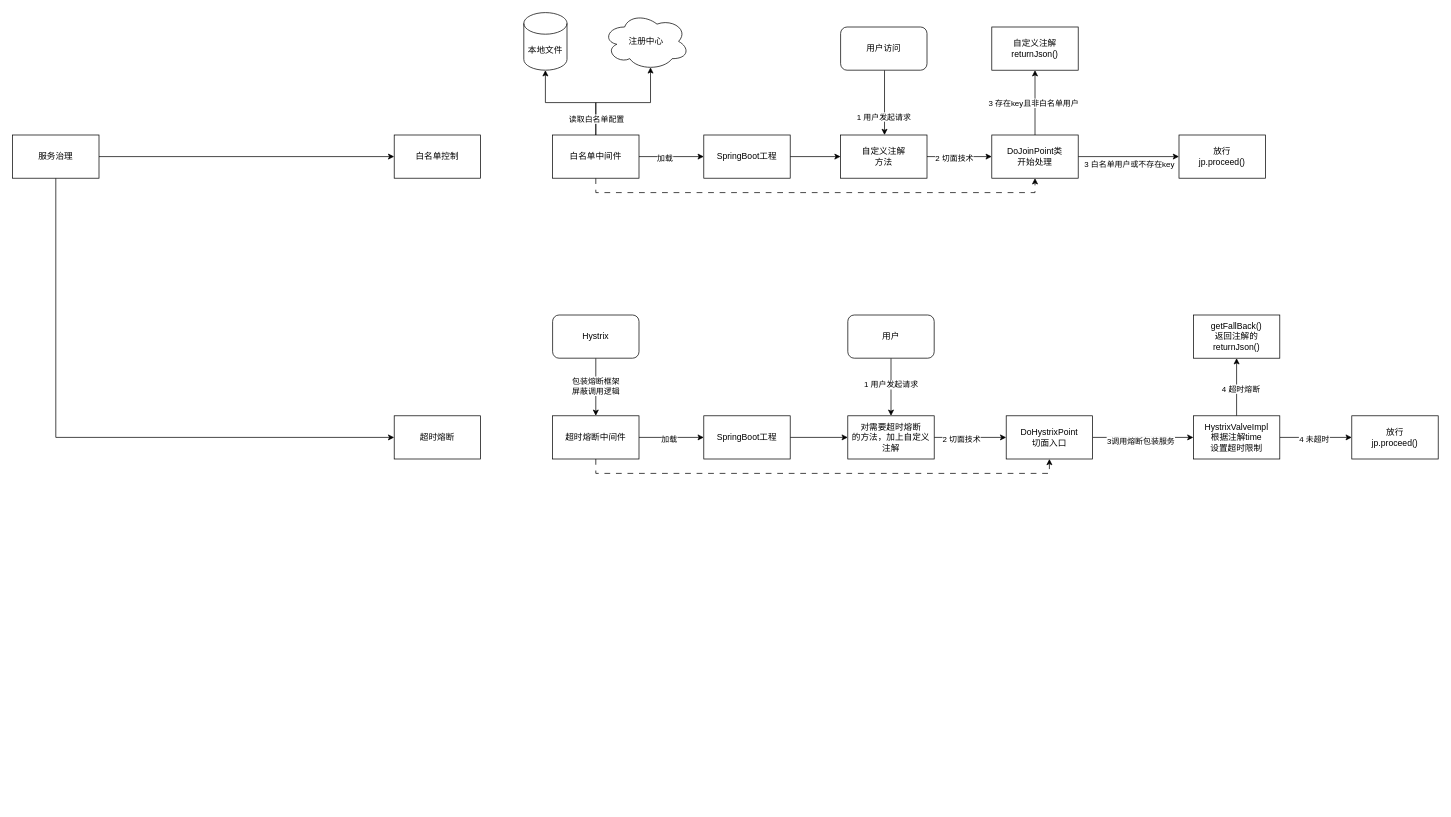
Earlier version of the draw.io diagram diagrams/中间件.drawio (gcloudream/draw). Source tidied: cells renumbered, new cells numbered last; positions are measured from the earlier drawing's top-left corner, leaving out a move shared by most shapes. Both pictures are drawn from the tidied source at 72%, with x=0, y=0 at pixel (12, 12).
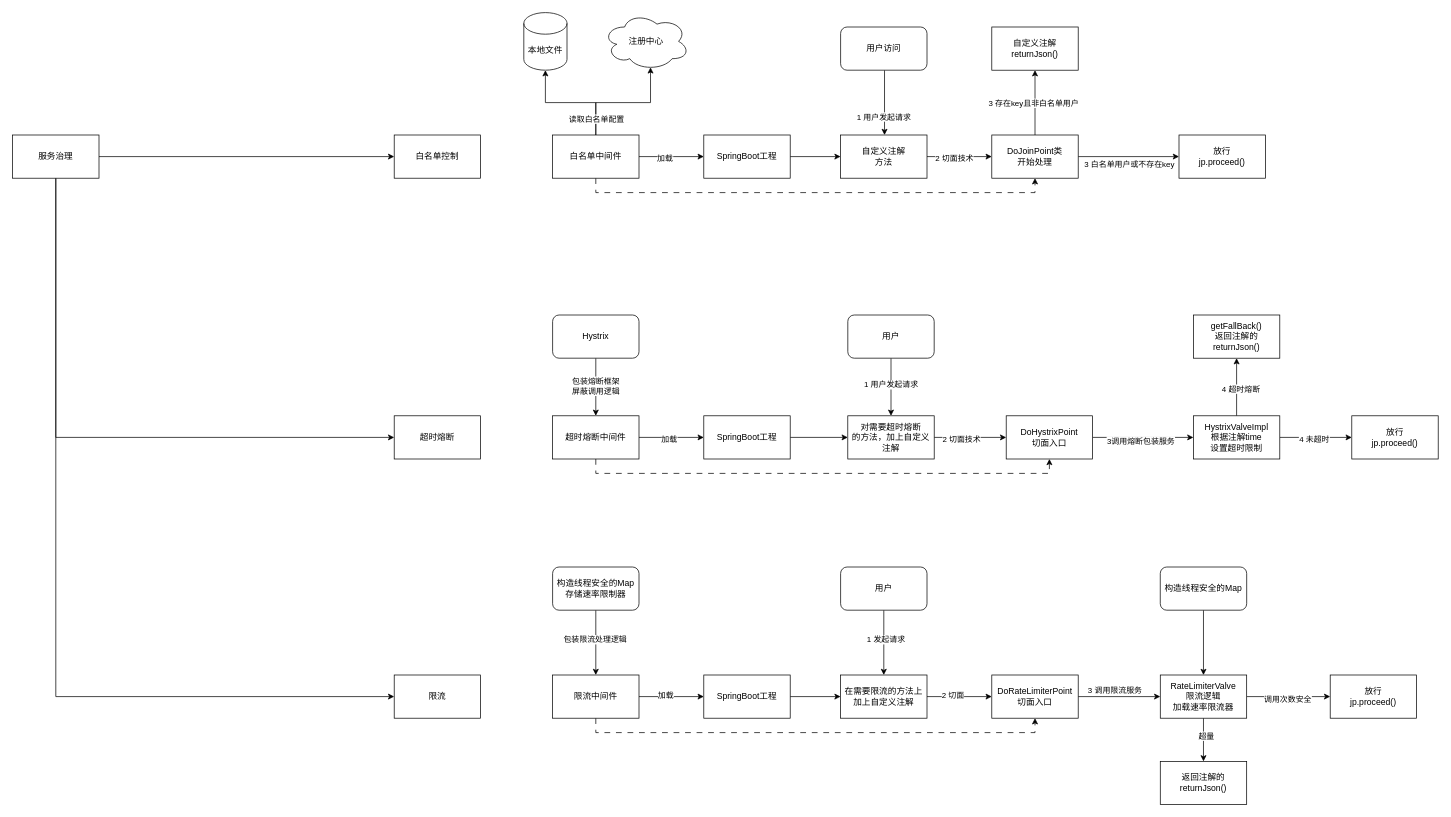
After the change.

Commit message:
更新中间件.drawio

Unchanged cells that the change refers to:
```xml
<mxCell id="4" value="服务治理" style="rounded=0;whiteSpace=wrap;html=1;" parent="1" vertex="1">
  <mxGeometry y="170" width="120" height="60" as="geometry" />
</mxCell>
```

Change to the diagram source:
```diff
@@
+    <mxCell id="56" style="edgeStyle=orthogonalEdgeStyle;rounded=0;jettySize=auto;html=1;exitX=0.5;exitY=1;exitDx=0;exitDy=0;entryX=0;entryY=0.5;entryDx=0;entryDy=0;" parent="1" edge="1" source="4" target="57">
+      <mxGeometry relative="1" as="geometry" />
+    </mxCell>
@@
+    <mxCell id="57" value="限流" style="rounded=0;whiteSpace=wrap;html=1;" parent="1" vertex="1">
+      <mxGeometry x="530" y="920" width="120" height="60" as="geometry" />
+    </mxCell>
+    <mxCell id="58" style="edgeStyle=orthogonalEdgeStyle;rounded=0;jettySize=auto;html=1;exitX=1;exitY=0.5;exitDx=0;exitDy=0;entryX=0;entryY=0.5;entryDx=0;entryDy=0;" parent="1" edge="1" source="61" target="66">
+      <mxGeometry relative="1" as="geometry" />
+    </mxCell>
+    <mxCell id="59" value="加载" style="edgeLabel;html=1;align=center;verticalAlign=middle;" parent="58" vertex="1">
+      <mxGeometry x="-0.19" y="3" relative="1" as="geometry" />
+    </mxCell>
+    <mxCell id="60" style="edgeStyle=orthogonalEdgeStyle;rounded=0;jettySize=auto;html=1;exitX=0.5;exitY=1;exitDx=0;exitDy=0;entryX=0.5;entryY=1;entryDx=0;entryDy=0;dashed=1;dashPattern=8 8;" parent="1" edge="1" source="61" target="75">
+      <mxGeometry relative="1" as="geometry" />
+    </mxCell>
+    <mxCell id="61" value="限流中间件" style="rounded=0;whiteSpace=wrap;html=1;" parent="1" vertex="1">
+      <mxGeometry x="750" y="920" width="120" height="60" as="geometry" />
+    </mxCell>
+    <mxCell id="62" style="edgeStyle=orthogonalEdgeStyle;rounded=0;jettySize=auto;html=1;exitX=0.5;exitY=1;exitDx=0;exitDy=0;entryX=0.5;entryY=0;entryDx=0;entryDy=0;" parent="1" edge="1" source="64" target="61">
+      <mxGeometry relative="1" as="geometry" />
+    </mxCell>
+    <mxCell id="63" value="包装限流处理逻辑" style="edgeLabel;html=1;align=center;verticalAlign=middle;" parent="62" vertex="1">
+      <mxGeometry x="-0.11" y="-2" relative="1" as="geometry" />
+    </mxCell>
+    <mxCell id="64" value="构造线程安全的Map&lt;div&gt;存储速率限制器&lt;/div&gt;" style="rounded=1;whiteSpace=wrap;html=1;" parent="1" vertex="1">
+      <mxGeometry x="750" y="770" width="120" height="60" as="geometry" />
+    </mxCell>
+    <mxCell id="65" style="edgeStyle=orthogonalEdgeStyle;rounded=0;jettySize=auto;html=1;exitX=1;exitY=0.5;exitDx=0;exitDy=0;entryX=0;entryY=0.5;entryDx=0;entryDy=0;" parent="1" edge="1" source="66" target="69">
+      <mxGeometry relative="1" as="geometry" />
+    </mxCell>
+    <mxCell id="66" value="SpringBoot工程" style="rounded=0;whiteSpace=wrap;html=1;" parent="1" vertex="1">
+      <mxGeometry x="960" y="920" width="120" height="60" as="geometry" />
+    </mxCell>
+    <mxCell id="67" style="edgeStyle=orthogonalEdgeStyle;rounded=0;jettySize=auto;html=1;exitX=1;exitY=0.5;exitDx=0;exitDy=0;" parent="1" edge="1" source="69" target="75">
+      <mxGeometry relative="1" as="geometry" />
+    </mxCell>
+    <mxCell id="68" value="2 切面" style="edgeLabel;html=1;align=center;verticalAlign=middle;" parent="67" vertex="1">
+      <mxGeometry x="-0.22" y="2" relative="1" as="geometry" />
+    </mxCell>
+    <mxCell id="69" value="在需要限流的方法上加上自定义注解" style="rounded=0;whiteSpace=wrap;html=1;" parent="1" vertex="1">
+      <mxGeometry x="1150" y="920" width="120" height="60" as="geometry" />
+    </mxCell>
+    <mxCell id="70" style="edgeStyle=orthogonalEdgeStyle;rounded=0;jettySize=auto;html=1;exitX=0.5;exitY=1;exitDx=0;exitDy=0;" parent="1" edge="1" source="72" target="69">
+      <mxGeometry relative="1" as="geometry" />
+    </mxCell>
+    <mxCell id="71" value="1 发起请求" style="edgeLabel;html=1;align=center;verticalAlign=middle;" parent="70" vertex="1">
+      <mxGeometry x="-0.11" y="2" relative="1" as="geometry" />
+    </mxCell>
+    <mxCell id="72" value="用户" style="rounded=1;whiteSpace=wrap;html=1;" parent="1" vertex="1">
+      <mxGeometry x="1150" y="770" width="120" height="60" as="geometry" />
+    </mxCell>
+    <mxCell id="73" style="edgeStyle=orthogonalEdgeStyle;rounded=0;jettySize=auto;html=1;exitX=1;exitY=0.5;exitDx=0;exitDy=0;entryX=0;entryY=0.5;entryDx=0;entryDy=0;" parent="1" edge="1" source="75" target="80">
+      <mxGeometry relative="1" as="geometry" />
+    </mxCell>
+    <mxCell id="74" value="3 调用限流服务" style="edgeLabel;html=1;align=center;verticalAlign=middle;" parent="73" vertex="1">
+      <mxGeometry x="-0.3" y="-5" relative="1" as="geometry">
+        <mxPoint x="10" y="-15" as="offset" />
+      </mxGeometry>
+    </mxCell>
+    <mxCell id="75" value="DoRateLimiterPoint&lt;div&gt;切面入口&lt;/div&gt;" style="rounded=0;whiteSpace=wrap;html=1;" parent="1" vertex="1">
+      <mxGeometry x="1360" y="920" width="120" height="60" as="geometry" />
+    </mxCell>
+    <mxCell id="76" style="edgeStyle=orthogonalEdgeStyle;rounded=0;jettySize=auto;html=1;exitX=1;exitY=0.5;exitDx=0;exitDy=0;entryX=0;entryY=0.5;entryDx=0;entryDy=0;" parent="1" edge="1" source="80" target="83">
+      <mxGeometry relative="1" as="geometry" />
+    </mxCell>
+    <mxCell id="77" value="调用次数安全" style="edgeLabel;html=1;align=center;verticalAlign=middle;" parent="76" vertex="1">
+      <mxGeometry x="-0.03" y="-3" relative="1" as="geometry" />
+    </mxCell>
+    <mxCell id="78" style="edgeStyle=orthogonalEdgeStyle;rounded=0;jettySize=auto;html=1;exitX=0.5;exitY=1;exitDx=0;exitDy=0;entryX=0.5;entryY=0;entryDx=0;entryDy=0;" parent="1" edge="1" source="80" target="84">
+      <mxGeometry relative="1" as="geometry" />
+    </mxCell>
+    <mxCell id="79" value="超量" style="edgeLabel;html=1;align=center;verticalAlign=middle;" parent="78" vertex="1">
+      <mxGeometry x="-0.2" y="3" relative="1" as="geometry" />
+    </mxCell>
+    <mxCell id="80" value="RateLimiterValve&lt;div&gt;限流逻辑&lt;/div&gt;&lt;div&gt;加载速率限流器&lt;/div&gt;" style="rounded=0;whiteSpace=wrap;html=1;" parent="1" vertex="1">
+      <mxGeometry x="1594" y="920" width="120" height="60" as="geometry" />
+    </mxCell>
+    <mxCell id="81" style="edgeStyle=orthogonalEdgeStyle;rounded=0;jettySize=auto;html=1;exitX=0.5;exitY=1;exitDx=0;exitDy=0;" parent="1" edge="1" source="82" target="80">
+      <mxGeometry relative="1" as="geometry" />
+    </mxCell>
+    <mxCell id="82" value="构造线程安全的Map" style="rounded=1;whiteSpace=wrap;html=1;" parent="1" vertex="1">
+      <mxGeometry x="1594" y="770" width="120" height="60" as="geometry" />
+    </mxCell>
+    <mxCell id="83" value="放行&lt;div&gt;jp.proceed()&lt;/div&gt;" style="rounded=0;whiteSpace=wrap;html=1;" parent="1" vertex="1">
+      <mxGeometry x="1830" y="920" width="120" height="60" as="geometry" />
+    </mxCell>
+    <mxCell id="84" value="返回注解的&lt;div&gt;returnJson()&lt;/div&gt;" style="rounded=0;whiteSpace=wrap;html=1;" parent="1" vertex="1">
+      <mxGeometry x="1594" y="1040" width="120" height="60" as="geometry" />
+    </mxCell>
```
